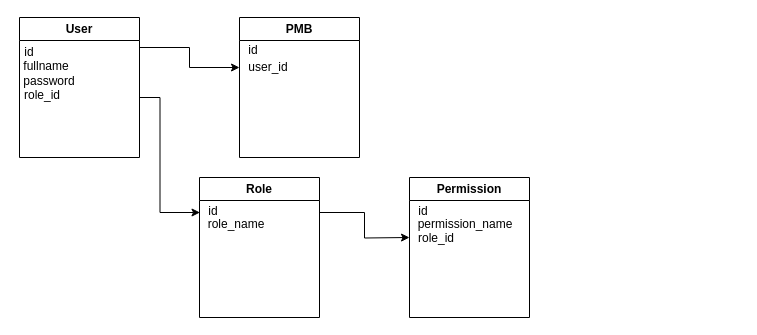
Before: Uninus.drawio in uninus-opensource/uninus-superapp, a draw.io diagram. Source tidied: cells renumbered, new cells numbered last; positions are measured from the earlier drawing's top-left corner, leaving out a move shared by most shapes. Both pictures are drawn from the tidied source at 100%, with x=0, y=0 at pixel (19, 17).
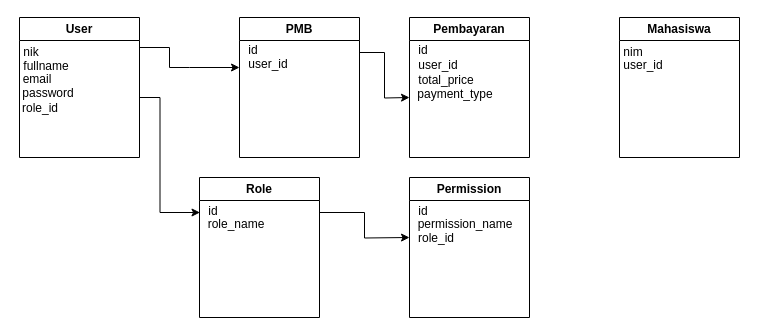
After the change.

The change refers to these unchanged cells:
```xml
<mxCell id="4" value="User" style="swimlane;whiteSpace=wrap;html=1;" parent="1" vertex="1">
  <mxGeometry width="120" height="140" as="geometry" />
</mxCell>
<mxCell id="9" value="PMB" style="swimlane;whiteSpace=wrap;html=1;" parent="1" vertex="1">
  <mxGeometry x="220" width="120" height="140" as="geometry" />
</mxCell>
```

Diff of the diagram source:
```diff
@@
-    <mxCell id="2" style="edgeStyle=orthogonalEdgeStyle;rounded=0;jettySize=auto;html=1;exitX=1;exitY=0.25;exitDx=0;exitDy=0;" parent="1" edge="1" source="4">
-      <mxGeometry relative="1" as="geometry">
-        <mxPoint x="220" y="50" as="targetPoint" />
-        <Array as="points">
-          <mxPoint x="120" y="30" />
-          <mxPoint x="170" y="30" />
-          <mxPoint x="170" y="50" />
-        </Array>
-      </mxGeometry>
-    </mxCell>
@@
-    <mxCell id="5" value="id" style="text;strokeColor=none;align=center;fillColor=none;html=1;verticalAlign=middle;whiteSpace=wrap;rounded=0;" parent="4" vertex="1">
-      <mxGeometry y="30" width="20" height="10" as="geometry" />
+    <mxCell id="5" value="nik" style="text;strokeColor=none;align=center;fillColor=none;html=1;verticalAlign=middle;whiteSpace=wrap;rounded=0;" parent="4" vertex="1">
+      <mxGeometry x="2" y="30" width="20" height="10" as="geometry" />
     </mxCell>
@@
     <mxCell id="7" value="password" style="text;strokeColor=none;align=center;fillColor=none;html=1;verticalAlign=middle;whiteSpace=wrap;rounded=0;" parent="4" vertex="1">
-      <mxGeometry x="10" y="59" width="40" height="10" as="geometry" />
+      <mxGeometry x="9" y="71" width="40" height="10" as="geometry" />
     </mxCell>
     <mxCell id="8" value="role_id" style="text;strokeColor=none;align=center;fillColor=none;html=1;verticalAlign=middle;whiteSpace=wrap;rounded=0;" parent="4" vertex="1">
-      <mxGeometry x="3" y="73" width="40" height="10" as="geometry" />
+      <mxGeometry x="1" y="86" width="40" height="10" as="geometry" />
     </mxCell>
+    <mxCell id="21" value="email" style="text;strokeColor=none;align=center;fillColor=none;html=1;verticalAlign=middle;whiteSpace=wrap;rounded=0;" parent="4" vertex="1">
+      <mxGeometry x="-2" y="57" width="40" height="10" as="geometry" />
+    </mxCell>
+    <mxCell id="22" style="edgeStyle=orthogonalEdgeStyle;rounded=0;jettySize=auto;html=1;exitX=1;exitY=0.25;exitDx=0;exitDy=0;" parent="1" edge="1" source="9">
+      <mxGeometry relative="1" as="geometry">
+        <mxPoint x="390" y="80" as="targetPoint" />
+      </mxGeometry>
+    </mxCell>
@@
     <mxCell id="11" value="user_id" style="text;strokeColor=none;align=center;fillColor=none;html=1;verticalAlign=middle;whiteSpace=wrap;rounded=0;" parent="9" vertex="1">
-      <mxGeometry x="19" y="45" width="20" height="10" as="geometry" />
+      <mxGeometry x="19" y="42" width="20" height="10" as="geometry" />
     </mxCell>
@@
+    <mxCell id="23" value="Pembayaran" style="swimlane;whiteSpace=wrap;html=1;" parent="1" vertex="1">
+      <mxGeometry x="390" width="120" height="140" as="geometry" />
+    </mxCell>
+    <mxCell id="24" value="id" style="text;strokeColor=none;align=center;fillColor=none;html=1;verticalAlign=middle;whiteSpace=wrap;rounded=0;" parent="23" vertex="1">
+      <mxGeometry x="4" y="28" width="20" height="10" as="geometry" />
+    </mxCell>
+    <mxCell id="25" value="user_id" style="text;strokeColor=none;align=center;fillColor=none;html=1;verticalAlign=middle;whiteSpace=wrap;rounded=0;" parent="23" vertex="1">
+      <mxGeometry x="19" y="43" width="20" height="10" as="geometry" />
+    </mxCell>
+    <mxCell id="26" value="total_price" style="text;strokeColor=none;align=center;fillColor=none;html=1;verticalAlign=middle;whiteSpace=wrap;rounded=0;" parent="1" vertex="1">
+      <mxGeometry x="417" y="58" width="20" height="10" as="geometry" />
+    </mxCell>
+    <mxCell id="27" style="endArrow=classic;html=1;rounded=0;" parent="1" edge="1">
+      <mxGeometry relative="1" as="geometry">
+        <mxPoint x="120" y="30" as="sourcePoint" />
+        <mxPoint x="220" y="50" as="targetPoint" />
+        <Array as="points">
+          <mxPoint x="150" y="30" />
+          <mxPoint x="150" y="50" />
+          <mxPoint x="170" y="50" />
+        </Array>
+      </mxGeometry>
+    </mxCell>
+    <mxCell id="28" value="Mahasiswa" style="swimlane;whiteSpace=wrap;html=1;" parent="1" vertex="1">
+      <mxGeometry x="600" width="120" height="140" as="geometry" />
+    </mxCell>
+    <mxCell id="29" value="nim" style="text;strokeColor=none;align=center;fillColor=none;html=1;verticalAlign=middle;whiteSpace=wrap;rounded=0;" parent="28" vertex="1">
+      <mxGeometry x="4" y="30" width="20" height="10" as="geometry" />
+    </mxCell>
+    <mxCell id="30" value="user_id" style="text;strokeColor=none;align=center;fillColor=none;html=1;verticalAlign=middle;whiteSpace=wrap;rounded=0;" parent="28" vertex="1">
+      <mxGeometry x="4" y="43" width="40" height="10" as="geometry" />
+    </mxCell>
+    <mxCell id="31" value="payment_type" style="text;strokeColor=none;align=center;fillColor=none;html=1;verticalAlign=middle;whiteSpace=wrap;rounded=0;" parent="1" vertex="1">
+      <mxGeometry x="426" y="72" width="20" height="10" as="geometry" />
+    </mxCell>
```
